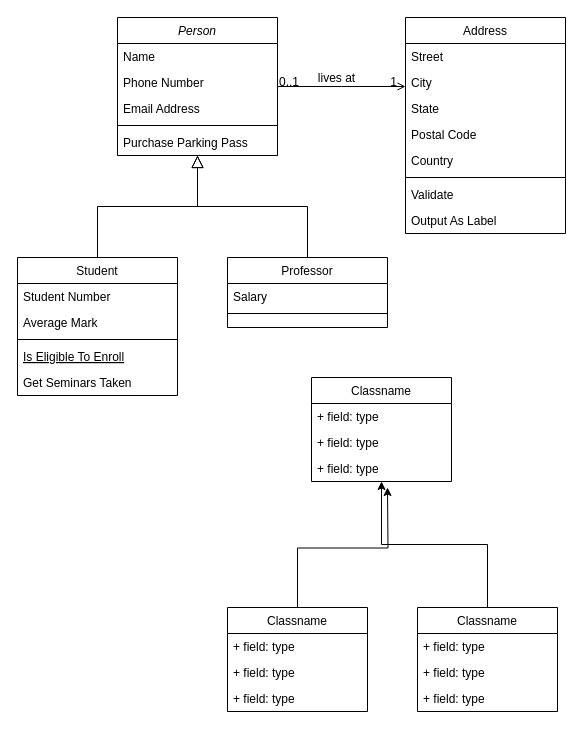
This is page "Page-1" (1 of 2) of Untitled Diagram.drawio from Mintakastar/drawio, a draw.io file, before an edit. Source tidied: cells renumbered, new cells numbered last; positions are measured from the earlier drawing's top-left corner, leaving out a move shared by most shapes. Both pictures are drawn from the tidied source at 100%, with x=0, y=0 at pixel (17, 17).
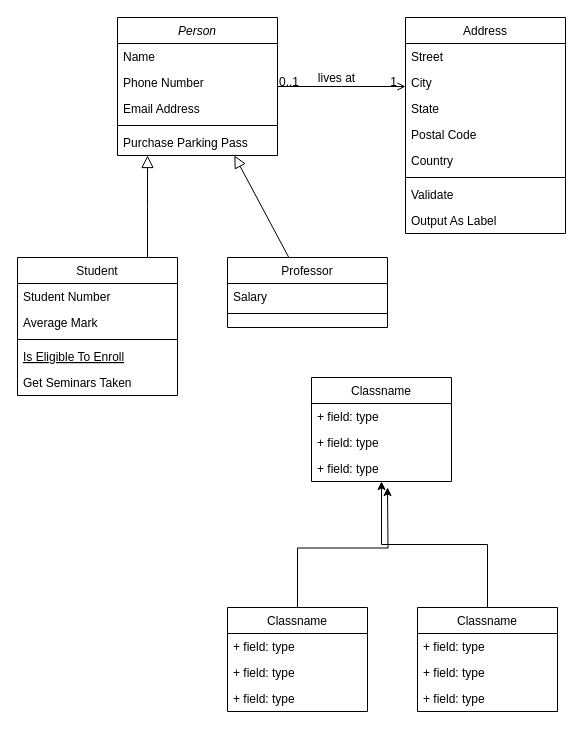
The same diagram, later.

The change refers to these unchanged cells:
```xml
<mxCell id="2" value="Person" style="swimlane;fontStyle=2;align=center;verticalAlign=top;horizontal=1;startSize=26;rounded=0;shadow=0;strokeWidth=1;" parent="1" vertex="1">
  <mxGeometry x="100" width="160" height="138" as="geometry" />
</mxCell>
<mxCell id="8" value="Student" style="swimlane;fontStyle=0;align=center;verticalAlign=top;horizontal=1;startSize=26;rounded=0;shadow=0;strokeWidth=1;" parent="1" vertex="1">
  <mxGeometry y="240" width="160" height="138" as="geometry" />
</mxCell>
<mxCell id="15" value="Professor" style="swimlane;fontStyle=0;align=center;verticalAlign=top;horizontal=1;startSize=26;rounded=0;shadow=0;strokeWidth=1;" parent="1" vertex="1">
  <mxGeometry x="210" y="240" width="160" height="70" as="geometry" />
</mxCell>
```

The edit, as a diff of the source:
```diff
@@
-    <mxCell id="14" style="endArrow=block;endSize=10;endFill=0;shadow=0;strokeWidth=1;rounded=0;edgeStyle=elbowEdgeStyle;elbow=vertical;" parent="1" edge="1" source="8" target="2">
+    <mxCell id="14" style="endArrow=block;endSize=10;endFill=0;shadow=0;strokeWidth=1;rounded=0;edgeStyle=elbowEdgeStyle;" parent="1" edge="1" source="8" target="2">
       <mxGeometry relative="1" as="geometry" />
     </mxCell>
@@
-    <mxCell id="18" style="endArrow=block;endSize=10;endFill=0;shadow=0;strokeWidth=1;rounded=0;edgeStyle=elbowEdgeStyle;elbow=vertical;" parent="1" edge="1" source="15" target="2">
+    <mxCell id="18" style="endArrow=block;endSize=10;endFill=0;shadow=0;strokeWidth=1;rounded=0;elbow=vertical;" parent="1" edge="1" source="15" target="2">
       <mxGeometry relative="1" as="geometry" />
     </mxCell>
```
